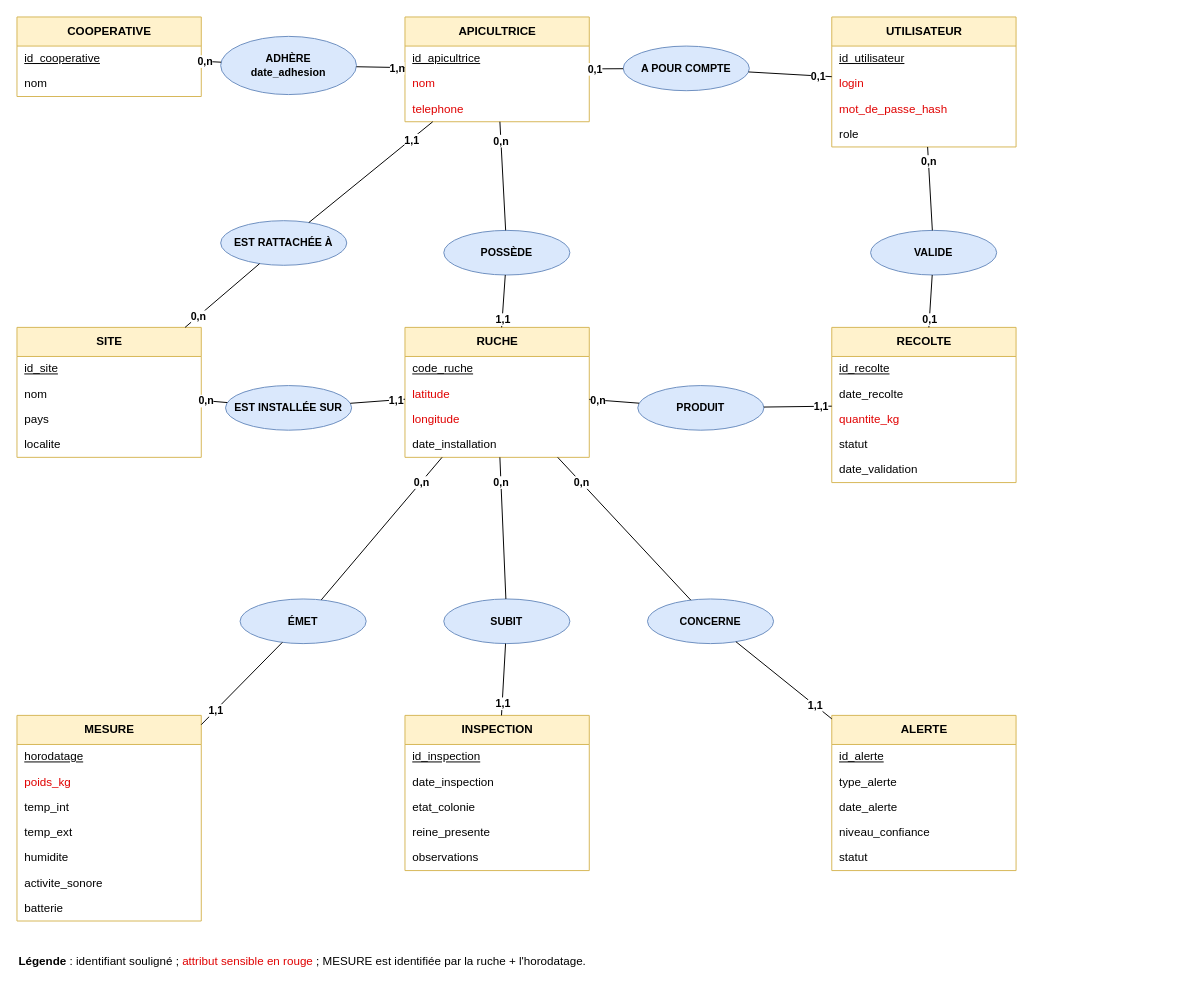
RedSwift91/dossier-bdd keeps this draw.io diagram as mcd.drawio. Above is the earlier version. Source tidied: cells renumbered, new cells numbered last; positions are measured from the earlier drawing's top-left corner, leaving out a move shared by most shapes. Both pictures are drawn from the tidied source at 97%, with x=0, y=0 at pixel (16, 16).
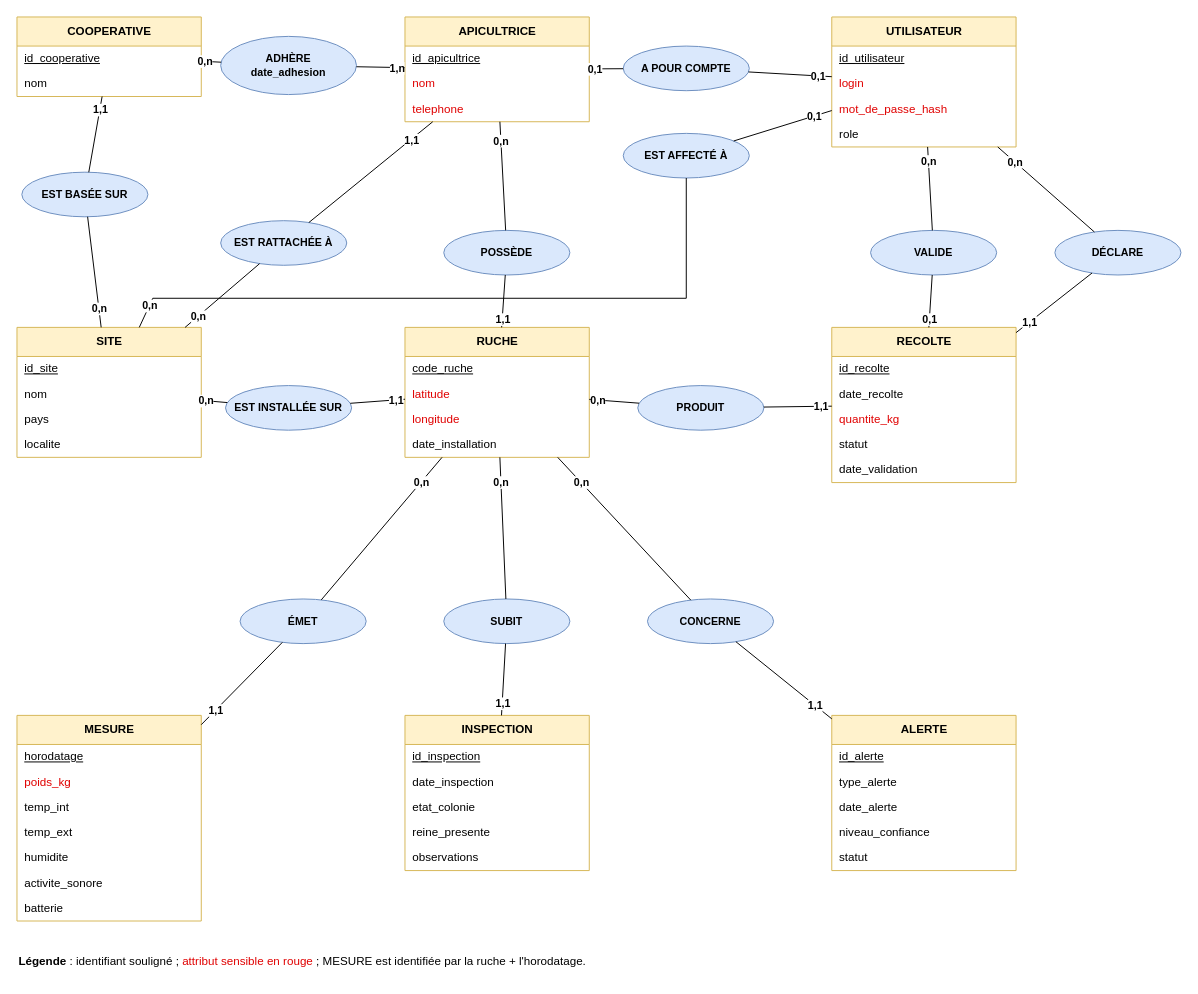
After the change.

Unchanged cells that the change refers to:
```xml
<mxCell id="2" value="COOPERATIVE" style="swimlane;fontStyle=1;horizontal=1;startSize=30;html=1;fillColor=#FFF2CC;strokeColor=#D6B656;" parent="1" vertex="1">
  <mxGeometry width="190" height="82" as="geometry" />
</mxCell>
<mxCell id="9" value="UTILISATEUR" style="swimlane;fontStyle=1;horizontal=1;startSize=30;html=1;fillColor=#FFF2CC;strokeColor=#D6B656;" parent="1" vertex="1">
  <mxGeometry x="840" width="190" height="134" as="geometry" />
</mxCell>
<mxCell id="14" value="SITE" style="swimlane;fontStyle=1;horizontal=1;startSize=30;html=1;fillColor=#FFF2CC;strokeColor=#D6B656;" parent="1" vertex="1">
  <mxGeometry y="320" width="190" height="134" as="geometry" />
</mxCell>
<mxCell id="24" value="RECOLTE" style="swimlane;fontStyle=1;horizontal=1;startSize=30;html=1;fillColor=#FFF2CC;strokeColor=#D6B656;" parent="1" vertex="1">
  <mxGeometry x="840" y="320" width="190" height="160" as="geometry" />
</mxCell>
```

What changed in the source:
```diff
@@
+    <mxCell id="101" value="EST BASÉE SUR" style="ellipse;whiteSpace=wrap;html=1;fillColor=#DAE8FC;strokeColor=#6C8EBF;fontStyle=1;fontSize=11;" parent="1" vertex="1">
+      <mxGeometry x="5" y="160" width="130" height="46" as="geometry" />
+    </mxCell>
+    <mxCell id="102" style="endArrow=none;startArrow=none;html=1;rounded=0;" parent="1" edge="1" source="2" target="101">
+      <mxGeometry relative="1" as="geometry" />
+    </mxCell>
+    <mxCell id="103" value="1,1" style="edgeLabel;html=1;align=center;verticalAlign=middle;fontStyle=1;labelBackgroundColor=#FFFFFF;" parent="102" vertex="1">
+      <mxGeometry x="-0.65" relative="1" as="geometry" />
+    </mxCell>
+    <mxCell id="104" style="endArrow=none;startArrow=none;html=1;rounded=0;" parent="1" edge="1" source="14" target="101">
+      <mxGeometry relative="1" as="geometry" />
+    </mxCell>
+    <mxCell id="105" value="0,n" style="edgeLabel;html=1;align=center;verticalAlign=middle;fontStyle=1;labelBackgroundColor=#FFFFFF;" parent="104" vertex="1">
+      <mxGeometry x="-0.65" relative="1" as="geometry" />
+    </mxCell>
+    <mxCell id="106" value="EST AFFECTÉ À" style="ellipse;whiteSpace=wrap;html=1;fillColor=#DAE8FC;strokeColor=#6C8EBF;fontStyle=1;fontSize=11;" parent="1" vertex="1">
+      <mxGeometry x="625" y="120" width="130" height="46" as="geometry" />
+    </mxCell>
+    <mxCell id="107" style="endArrow=none;startArrow=none;html=1;rounded=0;" parent="1" edge="1" source="9" target="106">
+      <mxGeometry relative="1" as="geometry" />
+    </mxCell>
+    <mxCell id="108" value="0,1" style="edgeLabel;html=1;align=center;verticalAlign=middle;fontStyle=1;labelBackgroundColor=#FFFFFF;" parent="107" vertex="1">
+      <mxGeometry x="-0.65" relative="1" as="geometry" />
+    </mxCell>
+    <mxCell id="109" style="endArrow=none;startArrow=none;html=1;rounded=0;" parent="1" edge="1" source="14" target="106">
+      <mxGeometry relative="1" as="geometry">
+        <Array as="points">
+          <mxPoint x="140" y="290" />
+          <mxPoint x="690" y="290" />
+        </Array>
+      </mxGeometry>
+    </mxCell>
+    <mxCell id="110" value="0,n" style="edgeLabel;html=1;align=center;verticalAlign=middle;fontStyle=1;labelBackgroundColor=#FFFFFF;" parent="109" vertex="1">
+      <mxGeometry x="-0.93" relative="1" as="geometry" />
+    </mxCell>
+    <mxCell id="111" value="DÉCLARE" style="ellipse;whiteSpace=wrap;html=1;fillColor=#DAE8FC;strokeColor=#6C8EBF;fontStyle=1;fontSize=11;" parent="1" vertex="1">
+      <mxGeometry x="1070" y="220" width="130" height="46" as="geometry" />
+    </mxCell>
+    <mxCell id="112" style="endArrow=none;startArrow=none;html=1;rounded=0;" parent="1" edge="1" source="24" target="111">
+      <mxGeometry relative="1" as="geometry" />
+    </mxCell>
+    <mxCell id="113" value="1,1" style="edgeLabel;html=1;align=center;verticalAlign=middle;fontStyle=1;labelBackgroundColor=#FFFFFF;" parent="112" vertex="1">
+      <mxGeometry x="-0.65" relative="1" as="geometry" />
+    </mxCell>
+    <mxCell id="114" style="endArrow=none;startArrow=none;html=1;rounded=0;" parent="1" edge="1" source="9" target="111">
+      <mxGeometry relative="1" as="geometry" />
+    </mxCell>
+    <mxCell id="115" value="0,n" style="edgeLabel;html=1;align=center;verticalAlign=middle;fontStyle=1;labelBackgroundColor=#FFFFFF;" parent="114" vertex="1">
+      <mxGeometry x="-0.65" relative="1" as="geometry" />
+    </mxCell>
```
